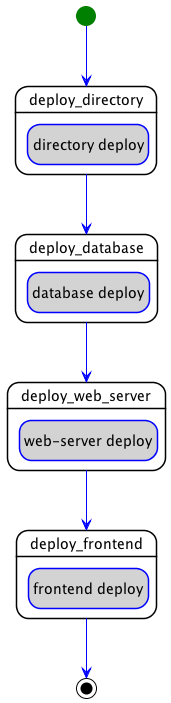
Above: examples/Khutulun/diagrams/uml2/Khutulun Hello World Example-declarative_deploy-workflow-diagram.png in Orange-OpenSource/Cloudnet-TOSCA-toolbox (PlantUML), before the change. The source it was exported from:
```plantuml
@startuml
hide empty description
skinparam shadowing false
skinparam state {
  ArrowColor blue
  BorderColor blue
  EndColor black
  StartColor green
  BackGroundColor<< step >> white
  BorderColor<< step >> black
  BackGroundColor<< delegate >> lightgrey
  BackGroundColor<< set_state >> white
  BackGroundColor<< call_operation >> lightblue
  BackGroundColor<< inline >> white
}
skinparam ActivityBarColor<<fork>> DarkGreen
skinparam ActivityBarColor<<join>> DarkOrange

state "deploy_frontend" as step_declarative_deploy_deploy_frontend << step >> {
  state "frontend deploy" as step_declarative_deploy_deploy_frontend_frontend_deploy << delegate >>
}
state "deploy_web_server" as step_declarative_deploy_deploy_web_server << step >> {
  state "web-server deploy" as step_declarative_deploy_deploy_web_server_web_server_deploy << delegate >>
}
state "deploy_database" as step_declarative_deploy_deploy_database << step >> {
  state "database deploy" as step_declarative_deploy_deploy_database_database_deploy << delegate >>
}
state "deploy_directory" as step_declarative_deploy_deploy_directory << step >> {
  state "directory deploy" as step_declarative_deploy_deploy_directory_directory_deploy << delegate >>
}
step_declarative_deploy_deploy_web_server --> step_declarative_deploy_deploy_frontend
step_declarative_deploy_deploy_database --> step_declarative_deploy_deploy_web_server
step_declarative_deploy_deploy_directory --> step_declarative_deploy_deploy_database
[*] --> step_declarative_deploy_deploy_directory
step_declarative_deploy_deploy_frontend --> [*]
@enduml
```
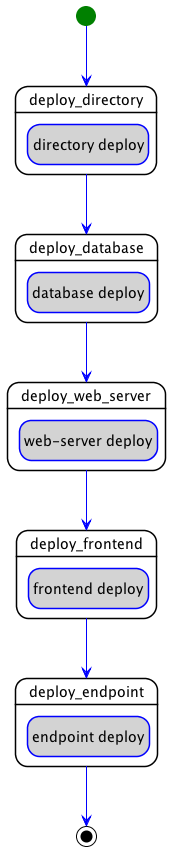
The same file after the commit.

Diff of the diagram source:
```diff
@@ -16,6 +16,9 @@
 skinparam ActivityBarColor<<fork>> DarkGreen
 skinparam ActivityBarColor<<join>> DarkOrange
 
+state "deploy_endpoint" as step_declarative_deploy_deploy_endpoint << step >> {
+  state "endpoint deploy" as step_declarative_deploy_deploy_endpoint_endpoint_deploy << delegate >>
+}
 state "deploy_frontend" as step_declarative_deploy_deploy_frontend << step >> {
   state "frontend deploy" as step_declarative_deploy_deploy_frontend_frontend_deploy << delegate >>
 }
@@ -28,9 +31,10 @@
 state "deploy_directory" as step_declarative_deploy_deploy_directory << step >> {
   state "directory deploy" as step_declarative_deploy_deploy_directory_directory_deploy << delegate >>
 }
+step_declarative_deploy_deploy_frontend --> step_declarative_deploy_deploy_endpoint
 step_declarative_deploy_deploy_web_server --> step_declarative_deploy_deploy_frontend
 step_declarative_deploy_deploy_database --> step_declarative_deploy_deploy_web_server
 step_declarative_deploy_deploy_directory --> step_declarative_deploy_deploy_database
 [*] --> step_declarative_deploy_deploy_directory
-step_declarative_deploy_deploy_frontend --> [*]
+step_declarative_deploy_deploy_endpoint --> [*]
 @enduml
```
